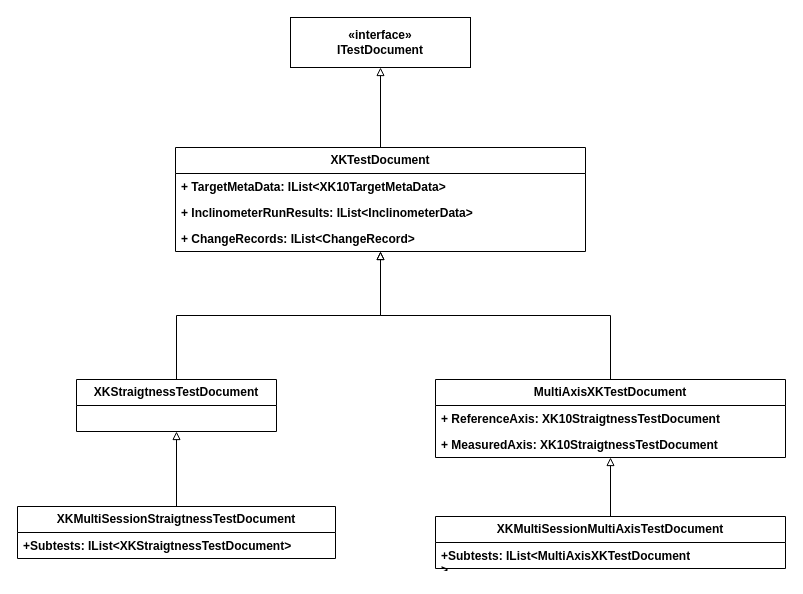
AmolSJawalkar/DrawIO keeps this draw.io diagram as XK10 Documents Structure.drawio. Above is the earlier version. Source tidied: cells renumbered, new cells numbered last; positions are measured from the earlier drawing's top-left corner, leaving out a move shared by most shapes. Both pictures are drawn from the tidied source at 100%, with x=0, y=0 at pixel (17, 17).
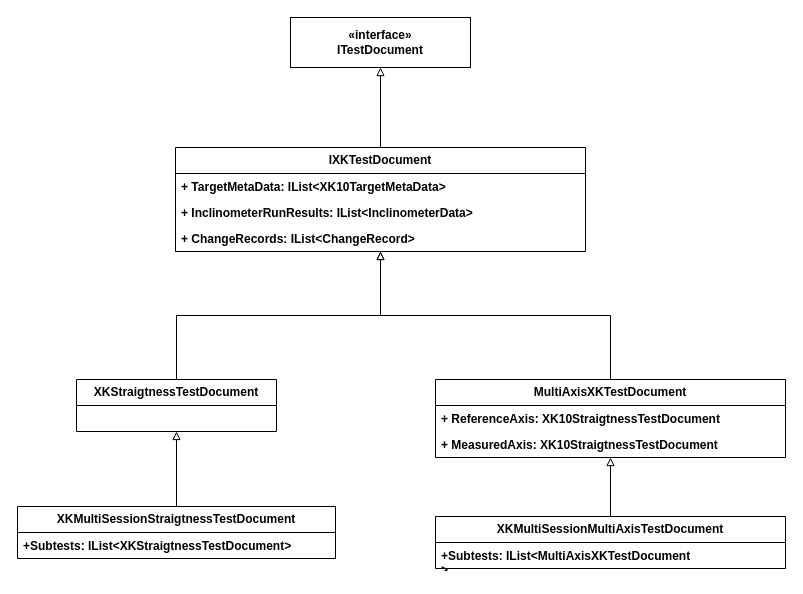
After the change.

What changed in the source:
```diff
@@
 <mxGraphModel>
   <root>
     <mxCell id="0" />
     <mxCell id="1" parent="0" />
     <mxCell id="2" value="«interface»&lt;br&gt;&lt;span&gt;ITestDocument&lt;/span&gt;" style="html=1;whiteSpace=wrap;fontStyle=1;" parent="1" vertex="1">
       <mxGeometry x="273" width="180" height="50" as="geometry" />
     </mxCell>
     <mxCell id="3" style="edgeStyle=orthogonalEdgeStyle;rounded=0;jettySize=auto;html=1;entryX=0.5;entryY=1;entryDx=0;entryDy=0;endArrow=block;endFill=0;fontStyle=1;" parent="1" edge="1" source="4" target="2">
       <mxGeometry relative="1" as="geometry" />
     </mxCell>
-    <mxCell id="4" value="XKTestDocument" style="swimlane;fontStyle=1;horizontal=1;startSize=26;fillColor=none;whiteSpace=wrap;html=1;" parent="1" vertex="1">
+    <mxCell id="4" value="IXKTestDocument" style="swimlane;fontStyle=1;horizontal=1;startSize=26;fillColor=none;whiteSpace=wrap;html=1;" parent="1" vertex="1">
       <mxGeometry x="158" y="130" width="410" height="104" as="geometry" />
     </mxCell>
     <mxCell id="5" value="+ TargetMetaData:&amp;nbsp;IList&amp;lt;XK10TargetMetaData&amp;gt;" style="text;strokeColor=none;fillColor=none;align=left;verticalAlign=top;spacingLeft=4;spacingRight=4;overflow=hidden;whiteSpace=wrap;html=1;fontStyle=1;" parent="4" vertex="1">
       <mxGeometry y="26" width="410" height="26" as="geometry" />
     </mxCell>
     <mxCell id="6" value="+ InclinometerRunResults:&amp;nbsp;IList&amp;lt;InclinometerData&amp;gt;" style="text;strokeColor=none;fillColor=none;align=left;verticalAlign=top;spacingLeft=4;spacingRight=4;overflow=hidden;whiteSpace=wrap;html=1;fontStyle=1;" parent="4" vertex="1">
       <mxGeometry y="52" width="410" height="26" as="geometry" />
     </mxCell>
     <mxCell id="7" value="+ ChangeRecords:&amp;nbsp;IList&amp;lt;ChangeRecord&amp;gt;" style="text;strokeColor=none;fillColor=none;align=left;verticalAlign=top;spacingLeft=4;spacingRight=4;overflow=hidden;whiteSpace=wrap;html=1;fontStyle=1;" parent="4" vertex="1">
       <mxGeometry y="78" width="410" height="26" as="geometry" />
     </mxCell>
     <mxCell id="8" style="edgeStyle=orthogonalEdgeStyle;rounded=0;jettySize=auto;html=1;endArrow=block;endFill=0;fontStyle=1;" parent="1" edge="1" source="9" target="4">
       <mxGeometry relative="1" as="geometry" />
     </mxCell>
     <mxCell id="9" value="XKStraigtnessTestDocument" style="swimlane;fontStyle=1;horizontal=1;startSize=26;fillColor=none;whiteSpace=wrap;html=1;" parent="1" vertex="1">
       <mxGeometry x="59" y="362" width="200" height="52" as="geometry" />
     </mxCell>
     <mxCell id="10" style="edgeStyle=orthogonalEdgeStyle;rounded=0;jettySize=auto;html=1;endArrow=block;endFill=0;fontStyle=1;" parent="1" edge="1" source="11" target="4">
       <mxGeometry relative="1" as="geometry" />
     </mxCell>
     <mxCell id="11" value="MultiAxisXKTestDocument" style="swimlane;fontStyle=1;horizontal=1;startSize=26;fillColor=none;whiteSpace=wrap;html=1;" parent="1" vertex="1">
       <mxGeometry x="418" y="362" width="350" height="78" as="geometry" />
     </mxCell>
     <mxCell id="12" value="+ ReferenceAxis:&amp;nbsp;XK10StraigtnessTestDocument" style="text;strokeColor=none;fillColor=none;align=left;verticalAlign=top;spacingLeft=4;spacingRight=4;overflow=hidden;whiteSpace=wrap;html=1;fontStyle=1;" parent="11" vertex="1">
       <mxGeometry y="26" width="350" height="26" as="geometry" />
     </mxCell>
     <mxCell id="13" value="+ MeasuredAxis:&amp;nbsp;XK10StraigtnessTestDocument" style="text;strokeColor=none;fillColor=none;align=left;verticalAlign=top;spacingLeft=4;spacingRight=4;overflow=hidden;whiteSpace=wrap;html=1;fontStyle=1;" parent="11" vertex="1">
       <mxGeometry y="52" width="350" height="26" as="geometry" />
     </mxCell>
     <mxCell id="14" style="edgeStyle=orthogonalEdgeStyle;rounded=0;jettySize=auto;html=1;endArrow=block;endFill=0;fontStyle=1;" parent="1" edge="1" source="15" target="9">
       <mxGeometry relative="1" as="geometry" />
     </mxCell>
     <mxCell id="15" value="XKMultiSessionStraigtnessTestDocument" style="swimlane;fontStyle=1;horizontal=1;startSize=26;fillColor=none;whiteSpace=wrap;html=1;" parent="1" vertex="1">
       <mxGeometry y="489" width="318" height="52" as="geometry" />
     </mxCell>
     <mxCell id="16" value="+Subtests: IList&amp;lt;XKStraigtnessTestDocument&amp;gt;" style="text;strokeColor=none;fillColor=none;align=left;verticalAlign=top;spacingLeft=4;spacingRight=4;overflow=hidden;whiteSpace=wrap;html=1;fontStyle=1;" parent="15" vertex="1">
       <mxGeometry y="26" width="318" height="26" as="geometry" />
     </mxCell>
     <mxCell id="17" style="edgeStyle=orthogonalEdgeStyle;rounded=0;jettySize=auto;html=1;endArrow=block;endFill=0;" parent="1" edge="1" source="18" target="11">
       <mxGeometry relative="1" as="geometry" />
     </mxCell>
     <mxCell id="18" value="XKMultiSessionMultiAxisTestDocument" style="swimlane;fontStyle=1;horizontal=1;startSize=26;fillColor=none;whiteSpace=wrap;html=1;" parent="1" vertex="1">
       <mxGeometry x="418" y="499" width="350" height="52" as="geometry" />
     </mxCell>
     <mxCell id="19" value="+Subtests: IList&amp;lt;MultiAxisXKTestDocument&lt;br&gt;&amp;gt;" style="text;strokeColor=none;fillColor=none;align=left;verticalAlign=top;spacingLeft=4;spacingRight=4;overflow=hidden;whiteSpace=wrap;html=1;fontStyle=1;" parent="18" vertex="1">
       <mxGeometry y="26" width="350" height="26" as="geometry" />
     </mxCell>
   </root>
 </mxGraphModel>
```
